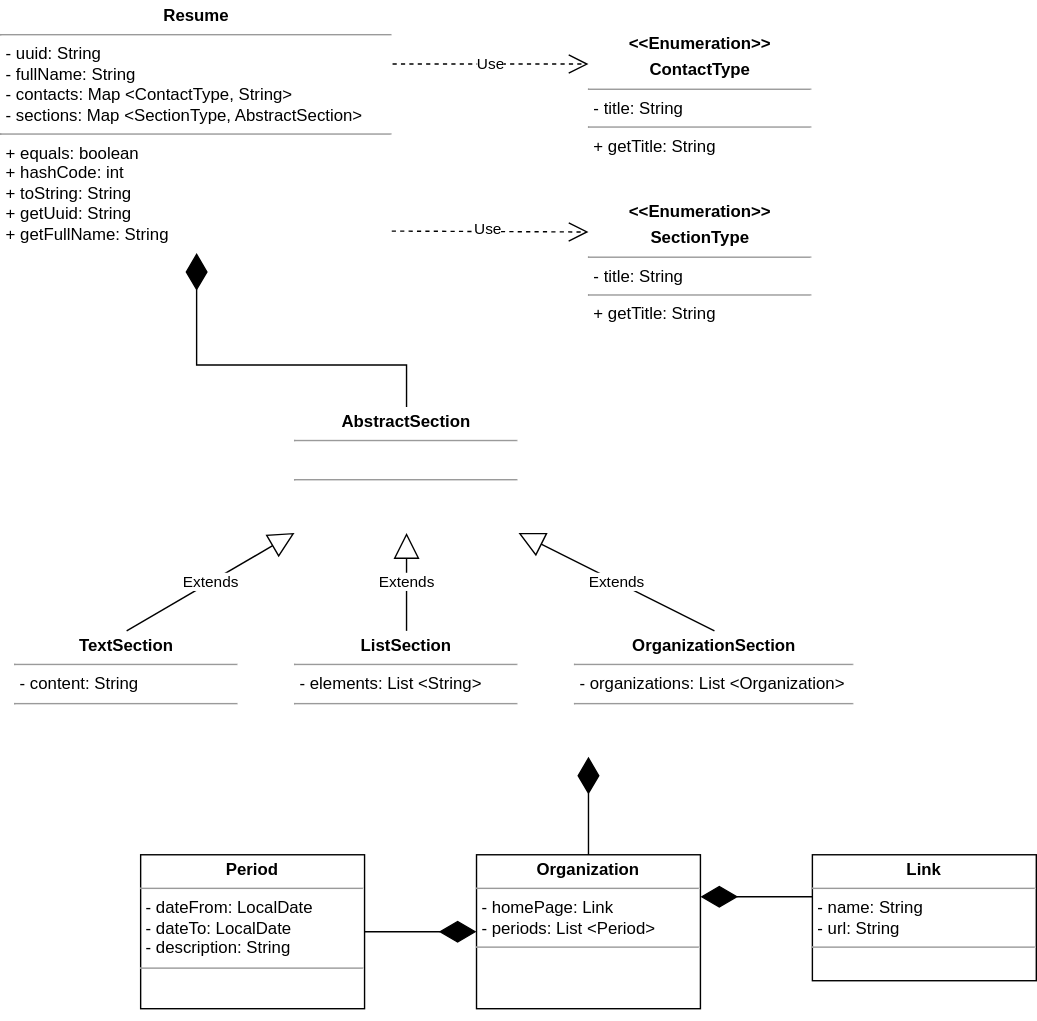
This is src/resumeUML.svg from TemaZhuravlev/basejava, a draw.io export, as it was before one commit. Source tidied: cells renumbered, new cells last; positions are measured from the earlier drawing's top-left corner, leaving out a move shared by most shapes.
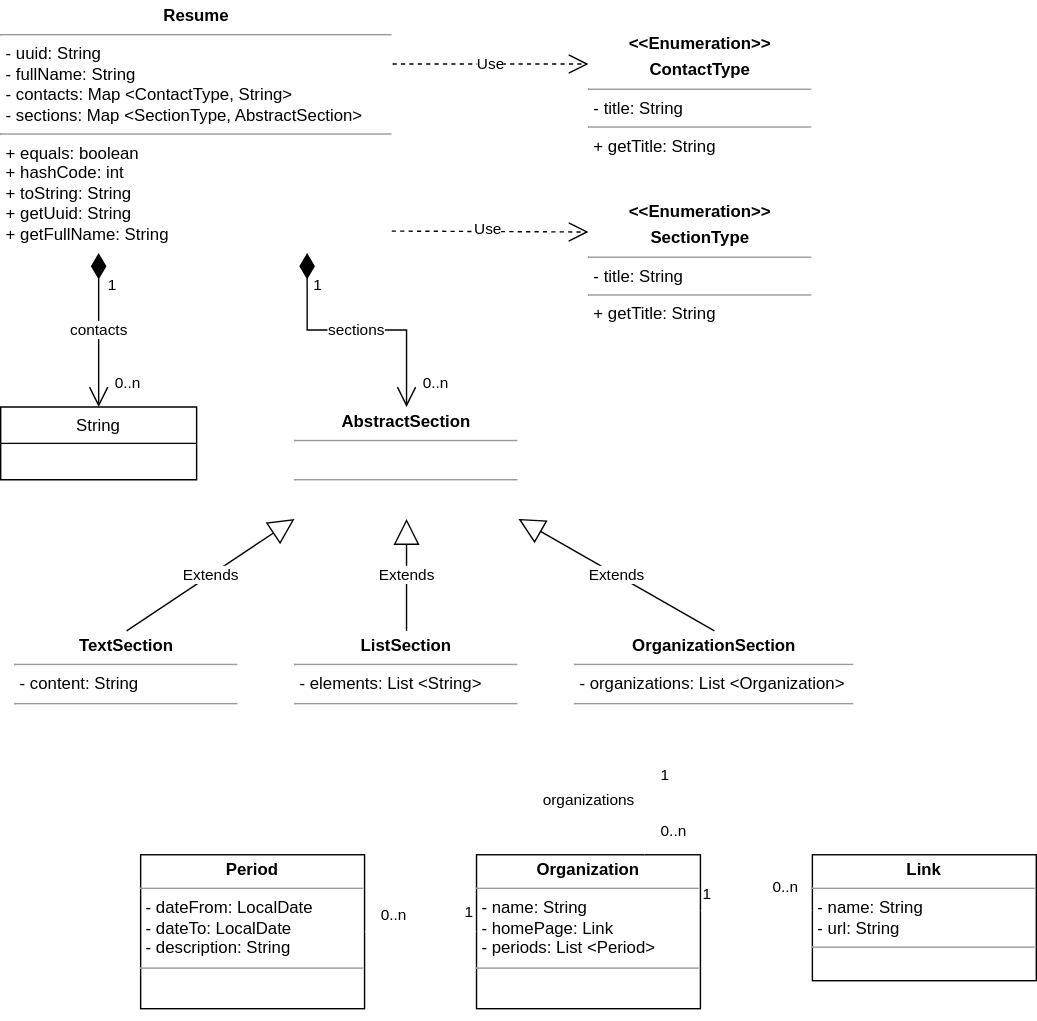
After the change.

Commit message:
uodate UML, add name to Organization, update ResumeTestData,Link

Diff of the diagram source:
```diff
@@ -12,7 +12,7 @@
       <mxGeometry x="420" y="140" width="160" height="100" as="geometry" />
     </mxCell>
     <mxCell id="5" value="&lt;p style=&quot;margin: 0px ; margin-top: 4px ; text-align: center&quot;&gt;&lt;b&gt;AbstractSection&lt;/b&gt;&lt;/p&gt;&lt;hr size=&quot;1&quot;&gt;&lt;p style=&quot;margin: 0px ; margin-left: 4px&quot;&gt;&lt;br&gt;&lt;/p&gt;&lt;hr size=&quot;1&quot;&gt;&lt;p style=&quot;margin: 0px ; margin-left: 4px&quot;&gt;&lt;br&gt;&lt;/p&gt;" style="verticalAlign=top;align=left;overflow=fill;fontSize=12;fontFamily=Helvetica;html=1;rounded=0;shadow=0;glass=0;sketch=0;strokeColor=default;" parent="1" vertex="1">
-      <mxGeometry x="210" y="290" width="160" height="90" as="geometry" />
+      <mxGeometry x="210" y="290" width="160" height="80" as="geometry" />
     </mxCell>
     <mxCell id="6" value="&lt;p style=&quot;margin: 0px ; margin-top: 4px ; text-align: center&quot;&gt;&lt;b&gt;TextSection&lt;/b&gt;&lt;/p&gt;&lt;hr size=&quot;1&quot;&gt;&lt;p style=&quot;margin: 0px ; margin-left: 4px&quot;&gt;- content: String&lt;/p&gt;&lt;hr size=&quot;1&quot;&gt;&lt;p style=&quot;margin: 0px ; margin-left: 4px&quot;&gt;&lt;br&gt;&lt;/p&gt;" style="verticalAlign=top;align=left;overflow=fill;fontSize=12;fontFamily=Helvetica;html=1;rounded=0;shadow=0;glass=0;sketch=0;strokeColor=default;" parent="1" vertex="1">
       <mxGeometry x="10" y="450" width="160" height="90" as="geometry" />
@@ -41,39 +41,84 @@
     <mxCell id="14" style="edgeStyle=orthogonalEdgeStyle;rounded=0;orthogonalLoop=1;jettySize=auto;html=1;exitX=0.5;exitY=1;exitDx=0;exitDy=0;" parent="1" edge="1" source="5" target="5">
       <mxGeometry relative="1" as="geometry" />
     </mxCell>
-    <mxCell id="15" style="endArrow=diamondThin;endFill=1;endSize=24;html=1;rounded=0;entryX=0.5;entryY=1;entryDx=0;entryDy=0;exitX=0.5;exitY=0;exitDx=0;exitDy=0;" parent="1" edge="1" source="5" target="2">
-      <mxGeometry relative="1" as="geometry">
-        <Array as="points">
-          <mxPoint x="290" y="260" />
-          <mxPoint x="140" y="260" />
-        </Array>
-      </mxGeometry>
-    </mxCell>
-    <mxCell id="16" value="&lt;p style=&quot;margin: 0px ; margin-top: 4px ; text-align: center&quot;&gt;&lt;b&gt;Organization&lt;/b&gt;&lt;/p&gt;&lt;hr size=&quot;1&quot;&gt;&lt;p style=&quot;margin: 0px ; margin-left: 4px&quot;&gt;&lt;span&gt;- homePage: Link&lt;/span&gt;&lt;/p&gt;&lt;p style=&quot;margin: 0px ; margin-left: 4px&quot;&gt;- periods: List &amp;lt;Period&amp;gt;&lt;/p&gt;&lt;hr size=&quot;1&quot;&gt;&lt;p style=&quot;margin: 0px ; margin-left: 4px&quot;&gt;&lt;br&gt;&lt;/p&gt;" style="verticalAlign=top;align=left;overflow=fill;fontSize=12;fontFamily=Helvetica;html=1;" parent="1" vertex="1">
+    <mxCell id="16" value="&lt;p style=&quot;margin: 0px ; margin-top: 4px ; text-align: center&quot;&gt;&lt;b&gt;Organization&lt;/b&gt;&lt;/p&gt;&lt;hr size=&quot;1&quot;&gt;&lt;p style=&quot;margin: 0px ; margin-left: 4px&quot;&gt;&lt;span&gt;- name: String&lt;/span&gt;&lt;/p&gt;&lt;p style=&quot;margin: 0px ; margin-left: 4px&quot;&gt;&lt;span&gt;- homePage: Link&lt;/span&gt;&lt;/p&gt;&lt;p style=&quot;margin: 0px ; margin-left: 4px&quot;&gt;- periods: List &amp;lt;Period&amp;gt;&lt;/p&gt;&lt;hr size=&quot;1&quot;&gt;&lt;p style=&quot;margin: 0px ; margin-left: 4px&quot;&gt;&lt;br&gt;&lt;/p&gt;" style="verticalAlign=top;align=left;overflow=fill;fontSize=12;fontFamily=Helvetica;html=1;" parent="1" vertex="1">
       <mxGeometry x="340" y="610" width="160" height="110" as="geometry" />
     </mxCell>
-    <mxCell id="17" style="endArrow=diamondThin;endFill=1;endSize=24;html=1;rounded=0;exitX=0.5;exitY=0;exitDx=0;exitDy=0;" parent="1" edge="1" source="16">
-      <mxGeometry relative="1" as="geometry">
-        <mxPoint x="420" y="540" as="targetPoint" />
-      </mxGeometry>
-    </mxCell>
     <mxCell id="18" value="&lt;p style=&quot;margin: 0px ; margin-top: 4px ; text-align: center&quot;&gt;&lt;b&gt;Period&lt;/b&gt;&lt;/p&gt;&lt;hr size=&quot;1&quot;&gt;&lt;p style=&quot;margin: 0px ; margin-left: 4px&quot;&gt;- dateFrom: LocalDate&lt;/p&gt;&lt;p style=&quot;margin: 0px ; margin-left: 4px&quot;&gt;- dateTo: LocalDate&lt;/p&gt;&lt;p style=&quot;margin: 0px ; margin-left: 4px&quot;&gt;- description: String&lt;/p&gt;&lt;hr size=&quot;1&quot;&gt;&lt;p style=&quot;margin: 0px ; margin-left: 4px&quot;&gt;&lt;br&gt;&lt;/p&gt;" style="verticalAlign=top;align=left;overflow=fill;fontSize=12;fontFamily=Helvetica;html=1;" parent="1" vertex="1">
       <mxGeometry x="100" y="610" width="160" height="110" as="geometry" />
     </mxCell>
     <mxCell id="19" style="edgeStyle=orthogonalEdgeStyle;rounded=0;orthogonalLoop=1;jettySize=auto;html=1;exitX=0.5;exitY=1;exitDx=0;exitDy=0;" parent="1" edge="1" source="16" target="16">
       <mxGeometry relative="1" as="geometry" />
     </mxCell>
-    <mxCell id="20" style="endArrow=diamondThin;endFill=1;endSize=24;html=1;rounded=0;exitX=1;exitY=0.5;exitDx=0;exitDy=0;entryX=0;entryY=0.5;entryDx=0;entryDy=0;" parent="1" edge="1" source="18" target="16">
-      <mxGeometry relative="1" as="geometry" />
-    </mxCell>
     <mxCell id="21" value="&lt;p style=&quot;margin: 0px ; margin-top: 4px ; text-align: center&quot;&gt;&lt;b&gt;Link&lt;/b&gt;&lt;/p&gt;&lt;hr size=&quot;1&quot;&gt;&lt;p style=&quot;margin: 0px ; margin-left: 4px&quot;&gt;- name: String&lt;/p&gt;&lt;p style=&quot;margin: 0px ; margin-left: 4px&quot;&gt;- url: String&lt;/p&gt;&lt;hr size=&quot;1&quot;&gt;&lt;p style=&quot;margin: 0px ; margin-left: 4px&quot;&gt;&lt;br&gt;&lt;/p&gt;" style="verticalAlign=top;align=left;overflow=fill;fontSize=12;fontFamily=Helvetica;html=1;" parent="1" vertex="1">
       <mxGeometry x="580" y="610" width="160" height="90" as="geometry" />
     </mxCell>
-    <mxCell id="22" style="endArrow=diamondThin;endFill=1;endSize=24;html=1;rounded=0;" parent="1" edge="1">
-      <mxGeometry relative="1" as="geometry">
-        <mxPoint x="580" y="640" as="sourcePoint" />
-        <mxPoint x="500" y="640" as="targetPoint" />
-      </mxGeometry>
-    </mxCell>
+    <mxCell id="23" value="String" style="swimlane;fontStyle=0;horizontal=1;startSize=26;fillColor=none;" parent="1" vertex="1">
+      <mxGeometry y="290" width="140" height="52" as="geometry" />
+    </mxCell>
+    <mxCell id="24" value="contacts" style="endArrow=diamondThin;html=1;endSize=16;startArrow=open;startSize=12;startFill=0;edgeStyle=orthogonalEdgeStyle;rounded=0;shadow=0;endFill=1;targetPerimeterSpacing=0;entryX=0.25;entryY=1;entryDx=0;entryDy=0;exitX=0.5;exitY=0;exitDx=0;exitDy=0;align=center;" parent="1" edge="1" source="23" target="2">
+      <mxGeometry relative="1" as="geometry" />
+    </mxCell>
+    <mxCell id="25" value="0..n" style="edgeLabel;html=1;align=left;verticalAlign=top;" parent="24" vertex="1">
+      <mxGeometry x="-1" relative="1" as="geometry">
+        <mxPoint x="10" y="-30" as="offset" />
+      </mxGeometry>
+    </mxCell>
+    <mxCell id="26" value="1" style="edgeLabel;html=1;align=left;verticalAlign=top;" parent="24" vertex="1">
+      <mxGeometry x="1" relative="1" as="geometry">
+        <mxPoint x="5" y="10" as="offset" />
+      </mxGeometry>
+    </mxCell>
+    <mxCell id="15" value="sections" style="endArrow=diamondThin;html=1;endSize=16;startArrow=open;startSize=12;startFill=0;edgeStyle=orthogonalEdgeStyle;rounded=0;shadow=0;endFill=1;targetPerimeterSpacing=0;entryX=0.782;entryY=1;entryDx=0;entryDy=0;exitX=0.5;exitY=0;exitDx=0;exitDy=0;align=center;entryPerimeter=0;" parent="1" edge="1" source="5" target="2">
+      <mxGeometry relative="1" as="geometry" />
+    </mxCell>
+    <mxCell id="27" value="0..n" style="edgeLabel;html=1;align=left;verticalAlign=top;" parent="15" vertex="1">
+      <mxGeometry x="-1" relative="1" as="geometry">
+        <mxPoint x="10" y="-30" as="offset" />
+      </mxGeometry>
+    </mxCell>
+    <mxCell id="28" value="1" style="edgeLabel;html=1;align=right;verticalAlign=top;" parent="15" vertex="1">
+      <mxGeometry x="1" relative="1" as="geometry">
+        <mxPoint x="11" y="10" as="offset" />
+      </mxGeometry>
+    </mxCell>
+    <mxCell id="29" value="organizations" style="endArrow=diamondThin;html=1;endSize=16;startArrow=open;startSize=12;startFill=0;edgeStyle=orthogonalEdgeStyle;rounded=0;shadow=0;endFill=1;targetPerimeterSpacing=0;exitX=0.75;exitY=0;exitDx=0;exitDy=0;align=center;strokeColor=default;anchorPointDirection=1;labelPosition=center;verticalLabelPosition=top;verticalAlign=bottom;" parent="1" edge="1" source="16">
+      <mxGeometry x="-0.14" y="40" relative="1" as="geometry">
+        <mxPoint x="460" y="540" as="targetPoint" />
+        <Array as="points">
+          <mxPoint x="460" y="590" />
+          <mxPoint x="460" y="590" />
+        </Array>
+      </mxGeometry>
+    </mxCell>
+    <mxCell id="30" value="0..n" style="edgeLabel;html=1;align=left;verticalAlign=top;" parent="29" vertex="1">
+      <mxGeometry x="-1" relative="1" as="geometry">
+        <mxPoint x="10" y="-30" as="offset" />
+      </mxGeometry>
+    </mxCell>
+    <mxCell id="31" value="1" style="edgeLabel;html=1;align=left;verticalAlign=top;" parent="29" vertex="1">
+      <mxGeometry x="1" relative="1" as="geometry">
+        <mxPoint x="10" as="offset" />
+      </mxGeometry>
+    </mxCell>
+    <mxCell id="32" value="0..n" style="edgeLabel;html=1;align=left;verticalAlign=top;" parent="29" vertex="1">
+      <mxGeometry x="-1" relative="1" as="geometry">
+        <mxPoint x="90" y="10" as="offset" />
+      </mxGeometry>
+    </mxCell>
+    <mxCell id="33" value="0..n" style="edgeLabel;html=1;align=left;verticalAlign=top;" parent="29" vertex="1">
+      <mxGeometry x="-1" relative="1" as="geometry">
+        <mxPoint x="-190" y="30" as="offset" />
+      </mxGeometry>
+    </mxCell>
+    <mxCell id="34" value="1" style="endArrow=open;html=1;endSize=12;startArrow=diamondThin;startSize=14;startFill=1;edgeStyle=orthogonalEdgeStyle;align=left;verticalAlign=bottom;rounded=0;shadow=0;labelBackgroundColor=default;targetPerimeterSpacing=0;strokeColor=default;" parent="1" edge="1">
+      <mxGeometry x="-1" y="3" relative="1" as="geometry">
+        <mxPoint x="500" y="650" as="sourcePoint" />
+        <mxPoint x="580" y="650" as="targetPoint" />
+      </mxGeometry>
+    </mxCell>
+    <mxCell id="35" value="1" style="endArrow=open;html=1;endSize=12;startArrow=diamondThin;startSize=14;startFill=1;edgeStyle=orthogonalEdgeStyle;align=left;verticalAlign=bottom;rounded=0;shadow=0;labelBackgroundColor=default;strokeColor=default;sourcePerimeterSpacing=0;entryX=1;entryY=0.5;entryDx=0;entryDy=0;exitX=0;exitY=0.5;exitDx=0;exitDy=0;" parent="1" edge="1" source="16" target="18">
+      <mxGeometry x="-0.75" y="-5" relative="1" as="geometry" />
+    </mxCell>
   </root>
 </mxGraphModel>
```
